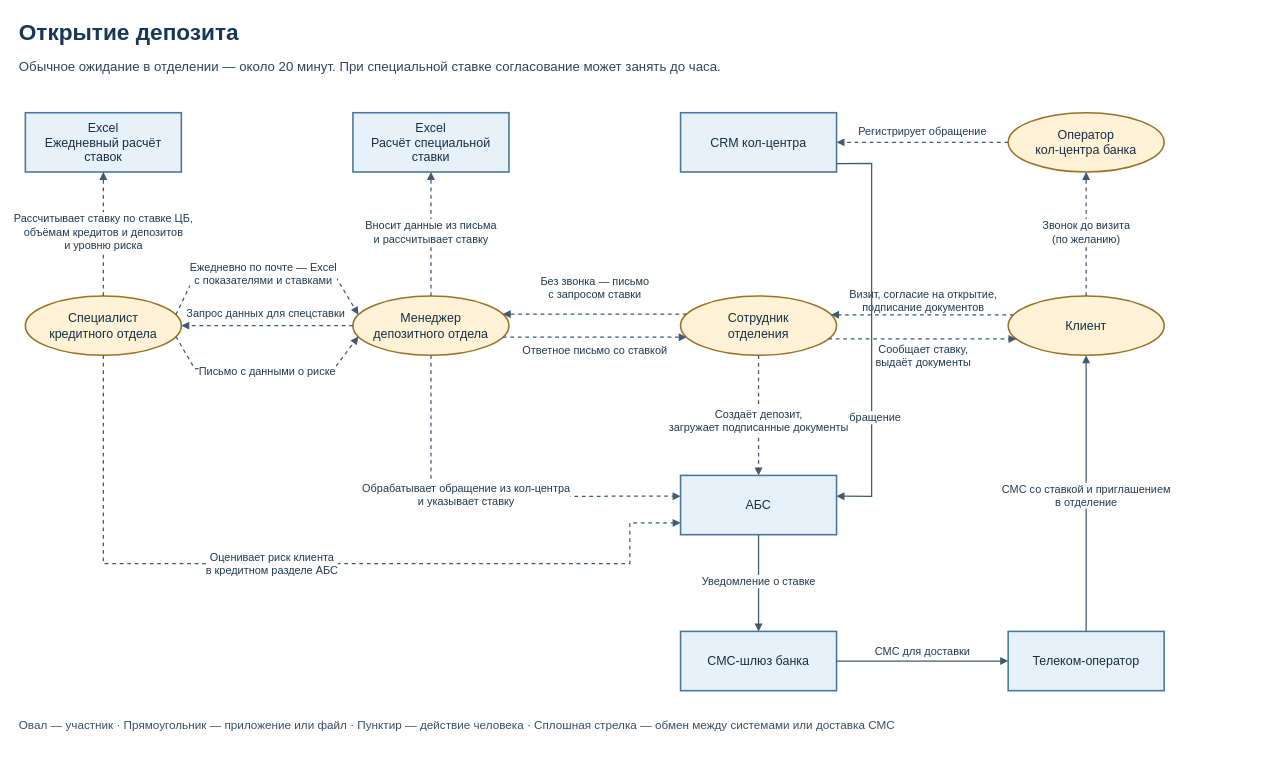
The draw.io diagram page "Открытие депозита" (1 of 2) of Task1/application-integrations.drawio in avitamin/architecture-pro-standart, before the edit. Source tidied: cells renumbered, new cells numbered last; positions are measured from the earlier drawing's top-left corner, leaving out a move shared by most shapes. Both pictures are drawn from the tidied source at 78%, with x=0, y=0 at pixel (17, 13).
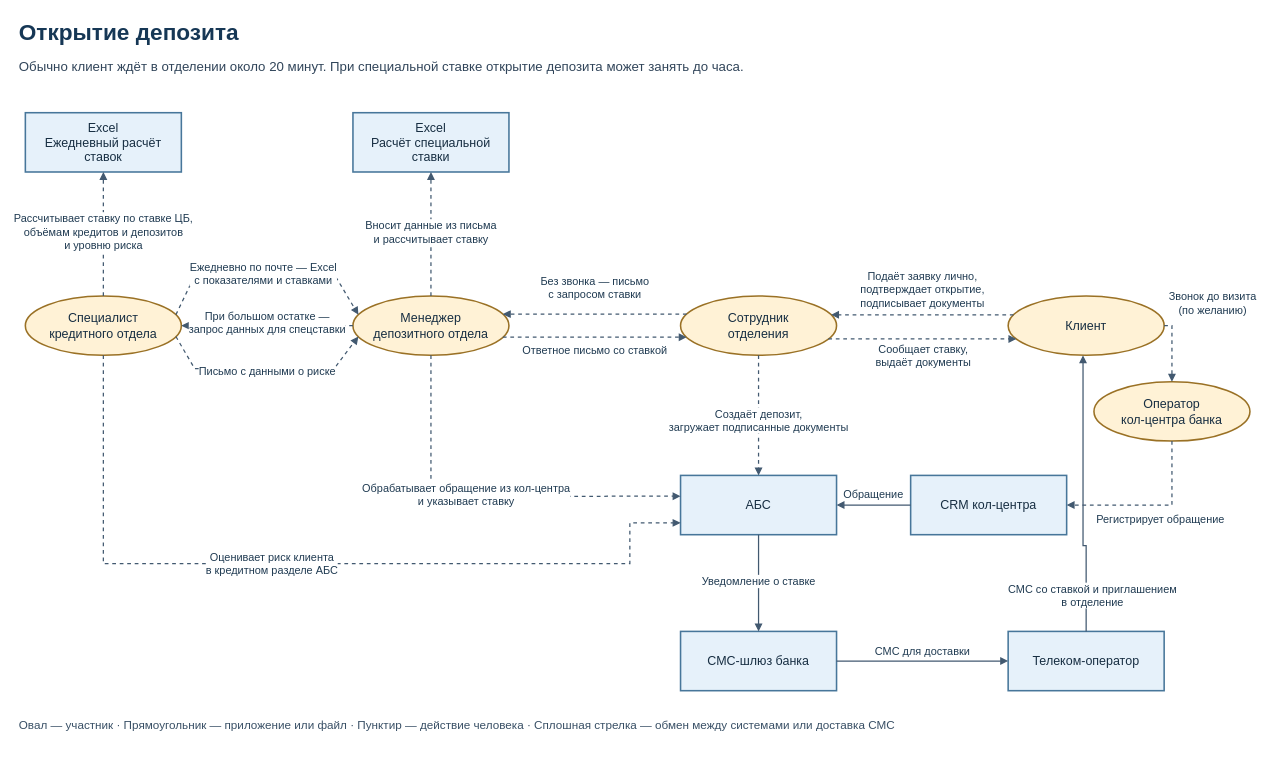
After the change.

Commit message (it also covers changes not shown here):
Уточнить шаги открытия депозита и кредита и подписи интеграций

Unchanged cells that the change refers to:
```xml
<mxCell id="5" value="Специалист&lt;br&gt;кредитного отдела" style="ellipse;fillColor=#fff2d6;strokeColor=#9a7125;strokeWidth=2;fontSize=16;fontColor=#172e42;html=1;whiteSpace=wrap;fontFamily=Arial;" parent="1" vertex="1">
  <mxGeometry x="10" y="362" width="200" height="76" as="geometry" />
</mxCell>
<mxCell id="6" value="Менеджер&lt;br&gt;депозитного отдела" style="ellipse;fillColor=#fff2d6;strokeColor=#9a7125;strokeWidth=2;fontSize=16;fontColor=#172e42;html=1;whiteSpace=wrap;fontFamily=Arial;" parent="1" vertex="1">
  <mxGeometry x="430" y="362" width="200" height="76" as="geometry" />
</mxCell>
<mxCell id="7" value="Сотрудник&lt;br&gt;отделения" style="ellipse;fillColor=#fff2d6;strokeColor=#9a7125;strokeWidth=2;fontSize=16;fontColor=#172e42;html=1;whiteSpace=wrap;fontFamily=Arial;" parent="1" vertex="1">
  <mxGeometry x="850" y="362" width="200" height="76" as="geometry" />
</mxCell>
<mxCell id="8" value="Клиент" style="ellipse;fillColor=#fff2d6;strokeColor=#9a7125;strokeWidth=2;fontSize=16;fontColor=#172e42;html=1;whiteSpace=wrap;fontFamily=Arial;" parent="1" vertex="1">
  <mxGeometry x="1270" y="362" width="200" height="76" as="geometry" />
</mxCell>
<mxCell id="13" value="АБС" style="rounded=0;fillColor=#e6f1fa;strokeColor=#47769a;strokeWidth=2;fontSize=16;fontColor=#172e42;html=1;whiteSpace=wrap;fontFamily=Arial;" parent="1" vertex="1">
  <mxGeometry x="850" y="592" width="200" height="76" as="geometry" />
</mxCell>
<mxCell id="15" value="Телеком-оператор" style="rounded=0;fillColor=#e6f1fa;strokeColor=#47769a;strokeWidth=2;fontSize=16;fontColor=#172e42;html=1;whiteSpace=wrap;fontFamily=Arial;" parent="1" vertex="1">
  <mxGeometry x="1270" y="792" width="200" height="76" as="geometry" />
</mxCell>
```

Change to the diagram source:
```diff
@@
-    <mxCell id="3" value="Обычное ожидание в отделении — около 20 минут. При специальной ставке согласование может занять до часа." style="text;align=left;fontSize=17;fontColor=#31455a;html=1;whiteSpace=wrap;fontFamily=Arial;" parent="1" vertex="1">
+    <mxCell id="3" value="Обычно клиент ждёт в отделении около 20 минут. При специальной ставке открытие депозита может занять до часа." style="text;align=left;fontSize=17;fontColor=#31455a;html=1;whiteSpace=wrap;fontFamily=Arial;" parent="1" vertex="1">
       <mxGeometry y="52" width="1580" height="40" as="geometry" />
     </mxCell>
@@
     <mxCell id="11" value="Оператор&lt;br&gt;кол-центра банка" style="ellipse;fillColor=#fff2d6;strokeColor=#9a7125;strokeWidth=2;fontSize=16;fontColor=#172e42;html=1;whiteSpace=wrap;fontFamily=Arial;" parent="1" vertex="1">
-      <mxGeometry x="1270" y="127" width="200" height="76" as="geometry" />
+      <mxGeometry x="1380" y="472" width="200" height="76" as="geometry" />
     </mxCell>
     <mxCell id="12" value="CRM кол-центра" style="rounded=0;fillColor=#e6f1fa;strokeColor=#47769a;strokeWidth=2;fontSize=16;fontColor=#172e42;html=1;whiteSpace=wrap;fontFamily=Arial;" parent="1" vertex="1">
-      <mxGeometry x="850" y="127" width="200" height="76" as="geometry" />
+      <mxGeometry x="1145" y="592" width="200" height="76" as="geometry" />
     </mxCell>
@@
-    <mxCell id="18" value="Запрос данных для спецставки" style="exitX=0;exitY=0.5;entryX=1;entryY=0.5;exitPerimeter=1;entryPerimeter=1;rounded=0;endArrow=block;endFill=1;html=1;strokeWidth=1.6;strokeColor=#425970;dashed=1;fontSize=14;fontFamily=Arial;labelBackgroundColor=#ffffff;fontColor=#203b52;" parent="1" edge="1" source="6" target="5">
+    <mxCell id="18" value="При большом остатке —&lt;br&gt;запрос данных для спецставки" style="exitX=0;exitY=0.5;entryX=1;entryY=0.5;exitPerimeter=1;entryPerimeter=1;rounded=0;endArrow=block;endFill=1;html=1;strokeWidth=1.6;strokeColor=#425970;dashed=1;fontSize=14;fontFamily=Arial;labelBackgroundColor=#ffffff;fontColor=#203b52;" parent="1" edge="1" source="6" target="5">
       <mxGeometry relative="1" as="geometry">
-        <mxPoint x="-2" y="-15" as="offset" />
+        <mxPoint y="-4" as="offset" />
       </mxGeometry>
     </mxCell>
@@
-    <mxCell id="24" value="Визит, согласие на открытие,&lt;br&gt;подписание документов" style="exitX=0;exitY=0.3;entryX=1;entryY=0.3;exitPerimeter=1;entryPerimeter=1;rounded=0;endArrow=block;endFill=1;html=1;strokeWidth=1.6;strokeColor=#425970;dashed=1;fontSize=14;fontFamily=Arial;labelBackgroundColor=#ffffff;fontColor=#203b52;" parent="1" edge="1" source="8" target="7">
+    <mxCell id="24" value="Подаёт заявку лично,&lt;br&gt;подтверждает открытие,&lt;br&gt;подписывает документы" style="exitX=0;exitY=0.3;entryX=1;entryY=0.3;exitPerimeter=1;entryPerimeter=1;rounded=0;endArrow=block;endFill=1;html=1;strokeWidth=1.6;strokeColor=#425970;dashed=1;fontSize=14;fontFamily=Arial;labelBackgroundColor=#ffffff;fontColor=#203b52;" parent="1" edge="1" source="8" target="7">
       <mxGeometry relative="1" as="geometry">
-        <mxPoint x="1" y="-18" as="offset" />
+        <mxPoint y="-32" as="offset" />
       </mxGeometry>
     </mxCell>
@@
-    <mxCell id="26" value="Звонок до визита&lt;br&gt;(по желанию)" style="exitX=0.5;exitY=0;entryX=0.5;entryY=1;exitPerimeter=1;entryPerimeter=1;rounded=0;endArrow=block;endFill=1;html=1;strokeWidth=1.6;strokeColor=#425970;dashed=1;fontSize=14;fontFamily=Arial;labelBackgroundColor=#ffffff;fontColor=#203b52;" parent="1" edge="1" source="8" target="11">
+    <mxCell id="26" value="Звонок до визита&lt;br&gt;(по желанию)" style="exitX=1;exitY=0.5;entryX=0.5;entryY=0;exitPerimeter=1;entryPerimeter=1;rounded=0;endArrow=block;endFill=1;html=1;strokeWidth=1.6;strokeColor=#425970;dashed=1;fontSize=14;fontFamily=Arial;labelBackgroundColor=#ffffff;fontColor=#203b52;" parent="1" edge="1" source="8" target="11">
       <mxGeometry relative="1" as="geometry">
-        <mxPoint y="-2" as="offset" />
+        <Array as="points">
+          <mxPoint x="1480" y="400" />
+        </Array>
+        <mxPoint x="52" y="-60" as="offset" />
       </mxGeometry>
     </mxCell>
-    <mxCell id="27" value="Регистрирует обращение" style="exitX=0;exitY=0.5;entryX=1;entryY=0.5;exitPerimeter=1;entryPerimeter=1;rounded=0;endArrow=block;endFill=1;html=1;strokeWidth=1.6;strokeColor=#425970;dashed=1;fontSize=14;fontFamily=Arial;labelBackgroundColor=#ffffff;fontColor=#203b52;" parent="1" edge="1" source="11" target="12">
+    <mxCell id="27" value="Регистрирует обращение" style="exitX=0.5;exitY=1;entryX=1;entryY=0.5;exitPerimeter=1;entryPerimeter=1;rounded=0;endArrow=block;endFill=1;html=1;strokeWidth=1.6;strokeColor=#425970;dashed=1;fontSize=14;fontFamily=Arial;labelBackgroundColor=#ffffff;fontColor=#203b52;" parent="1" edge="1" source="11" target="12">
       <mxGeometry relative="1" as="geometry">
-        <mxPoint y="-14" as="offset" />
+        <Array as="points">
+          <mxPoint x="1480" y="630" />
+        </Array>
+        <mxPoint x="12" y="19" as="offset" />
       </mxGeometry>
     </mxCell>
-    <mxCell id="28" value="Обращение" style="exitX=1;exitY=0.86;entryX=1;entryY=0.35;exitPerimeter=1;entryPerimeter=1;rounded=0;endArrow=block;endFill=1;html=1;strokeWidth=1.6;strokeColor=#425970;dashed=0;fontSize=14;fontFamily=Arial;labelBackgroundColor=#ffffff;fontColor=#203b52;" parent="1" edge="1" source="12" target="13">
+    <mxCell id="28" value="Обращение" style="exitX=0;exitY=0.5;entryX=1;entryY=0.5;exitPerimeter=1;entryPerimeter=1;rounded=0;endArrow=block;endFill=1;html=1;strokeWidth=1.6;strokeColor=#425970;dashed=0;fontSize=14;fontFamily=Arial;labelBackgroundColor=#ffffff;fontColor=#203b52;" parent="1" edge="1" source="12" target="13">
       <mxGeometry relative="1" as="geometry">
-        <Array as="points">
-          <mxPoint x="1095" y="192" />
-          <mxPoint x="1095" y="619" />
-        </Array>
-        <mxPoint x="-1" y="112" as="offset" />
+        <mxPoint y="-14" as="offset" />
       </mxGeometry>
     </mxCell>
@@
-    <mxCell id="33" value="СМС со ставкой и приглашением&lt;br&gt;в отделение" style="exitX=0.5;exitY=0;entryX=0.5;entryY=1;exitPerimeter=1;entryPerimeter=1;rounded=0;endArrow=block;endFill=1;html=1;strokeWidth=1.6;strokeColor=#425970;dashed=0;fontSize=14;fontFamily=Arial;labelBackgroundColor=#ffffff;fontColor=#203b52;" parent="1" edge="1" source="15" target="8">
+    <mxCell id="33" value="СМС со ставкой и приглашением&lt;br&gt;в отделение" style="exitX=0.5;exitY=0;entryX=0.48;entryY=1;exitPerimeter=1;entryPerimeter=1;rounded=0;endArrow=block;endFill=1;html=1;strokeWidth=1.6;strokeColor=#425970;dashed=0;fontSize=14;fontFamily=Arial;labelBackgroundColor=#ffffff;fontColor=#203b52;" parent="1" edge="1" source="15" target="8">
       <mxGeometry relative="1" as="geometry">
-        <mxPoint y="3" as="offset" />
+        <Array as="points">
+          <mxPoint x="1370" y="682" />
+          <mxPoint x="1366" y="682" />
+        </Array>
+        <mxPoint x="12" y="129" as="offset" />
       </mxGeometry>
     </mxCell>
```
